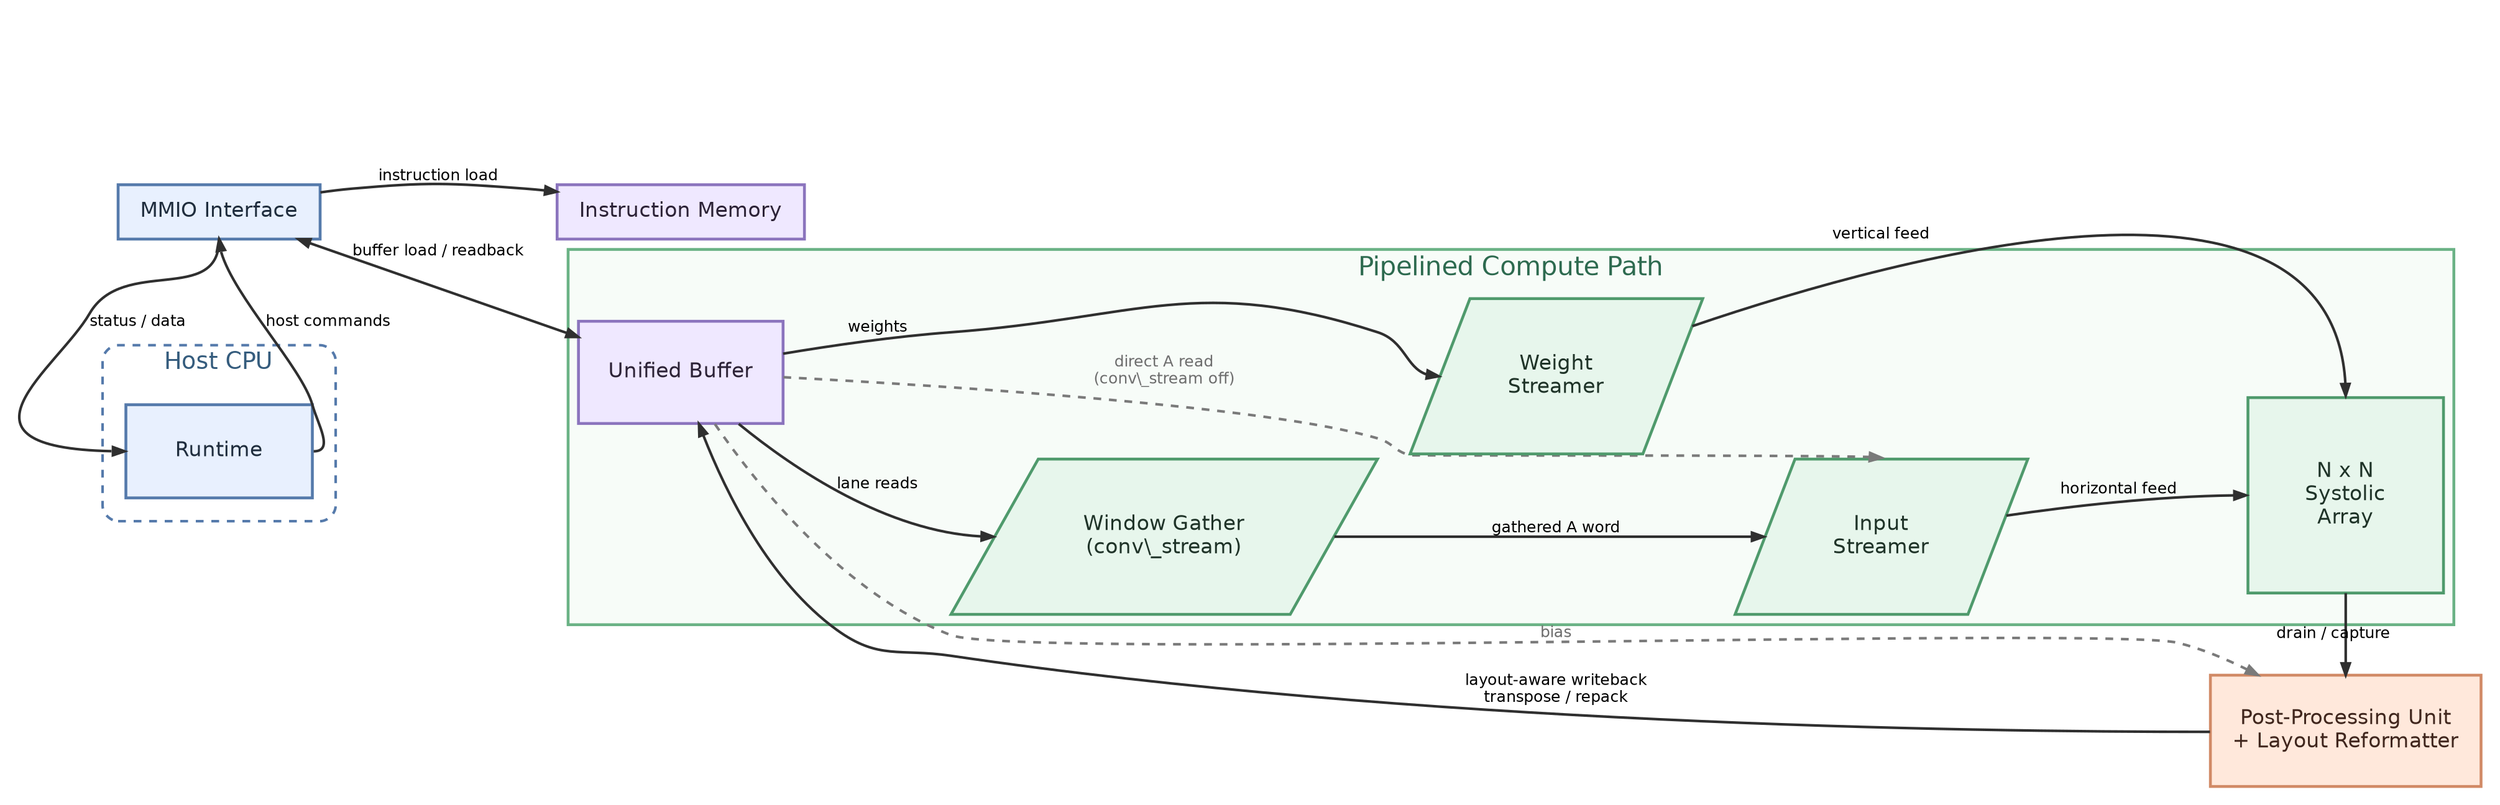
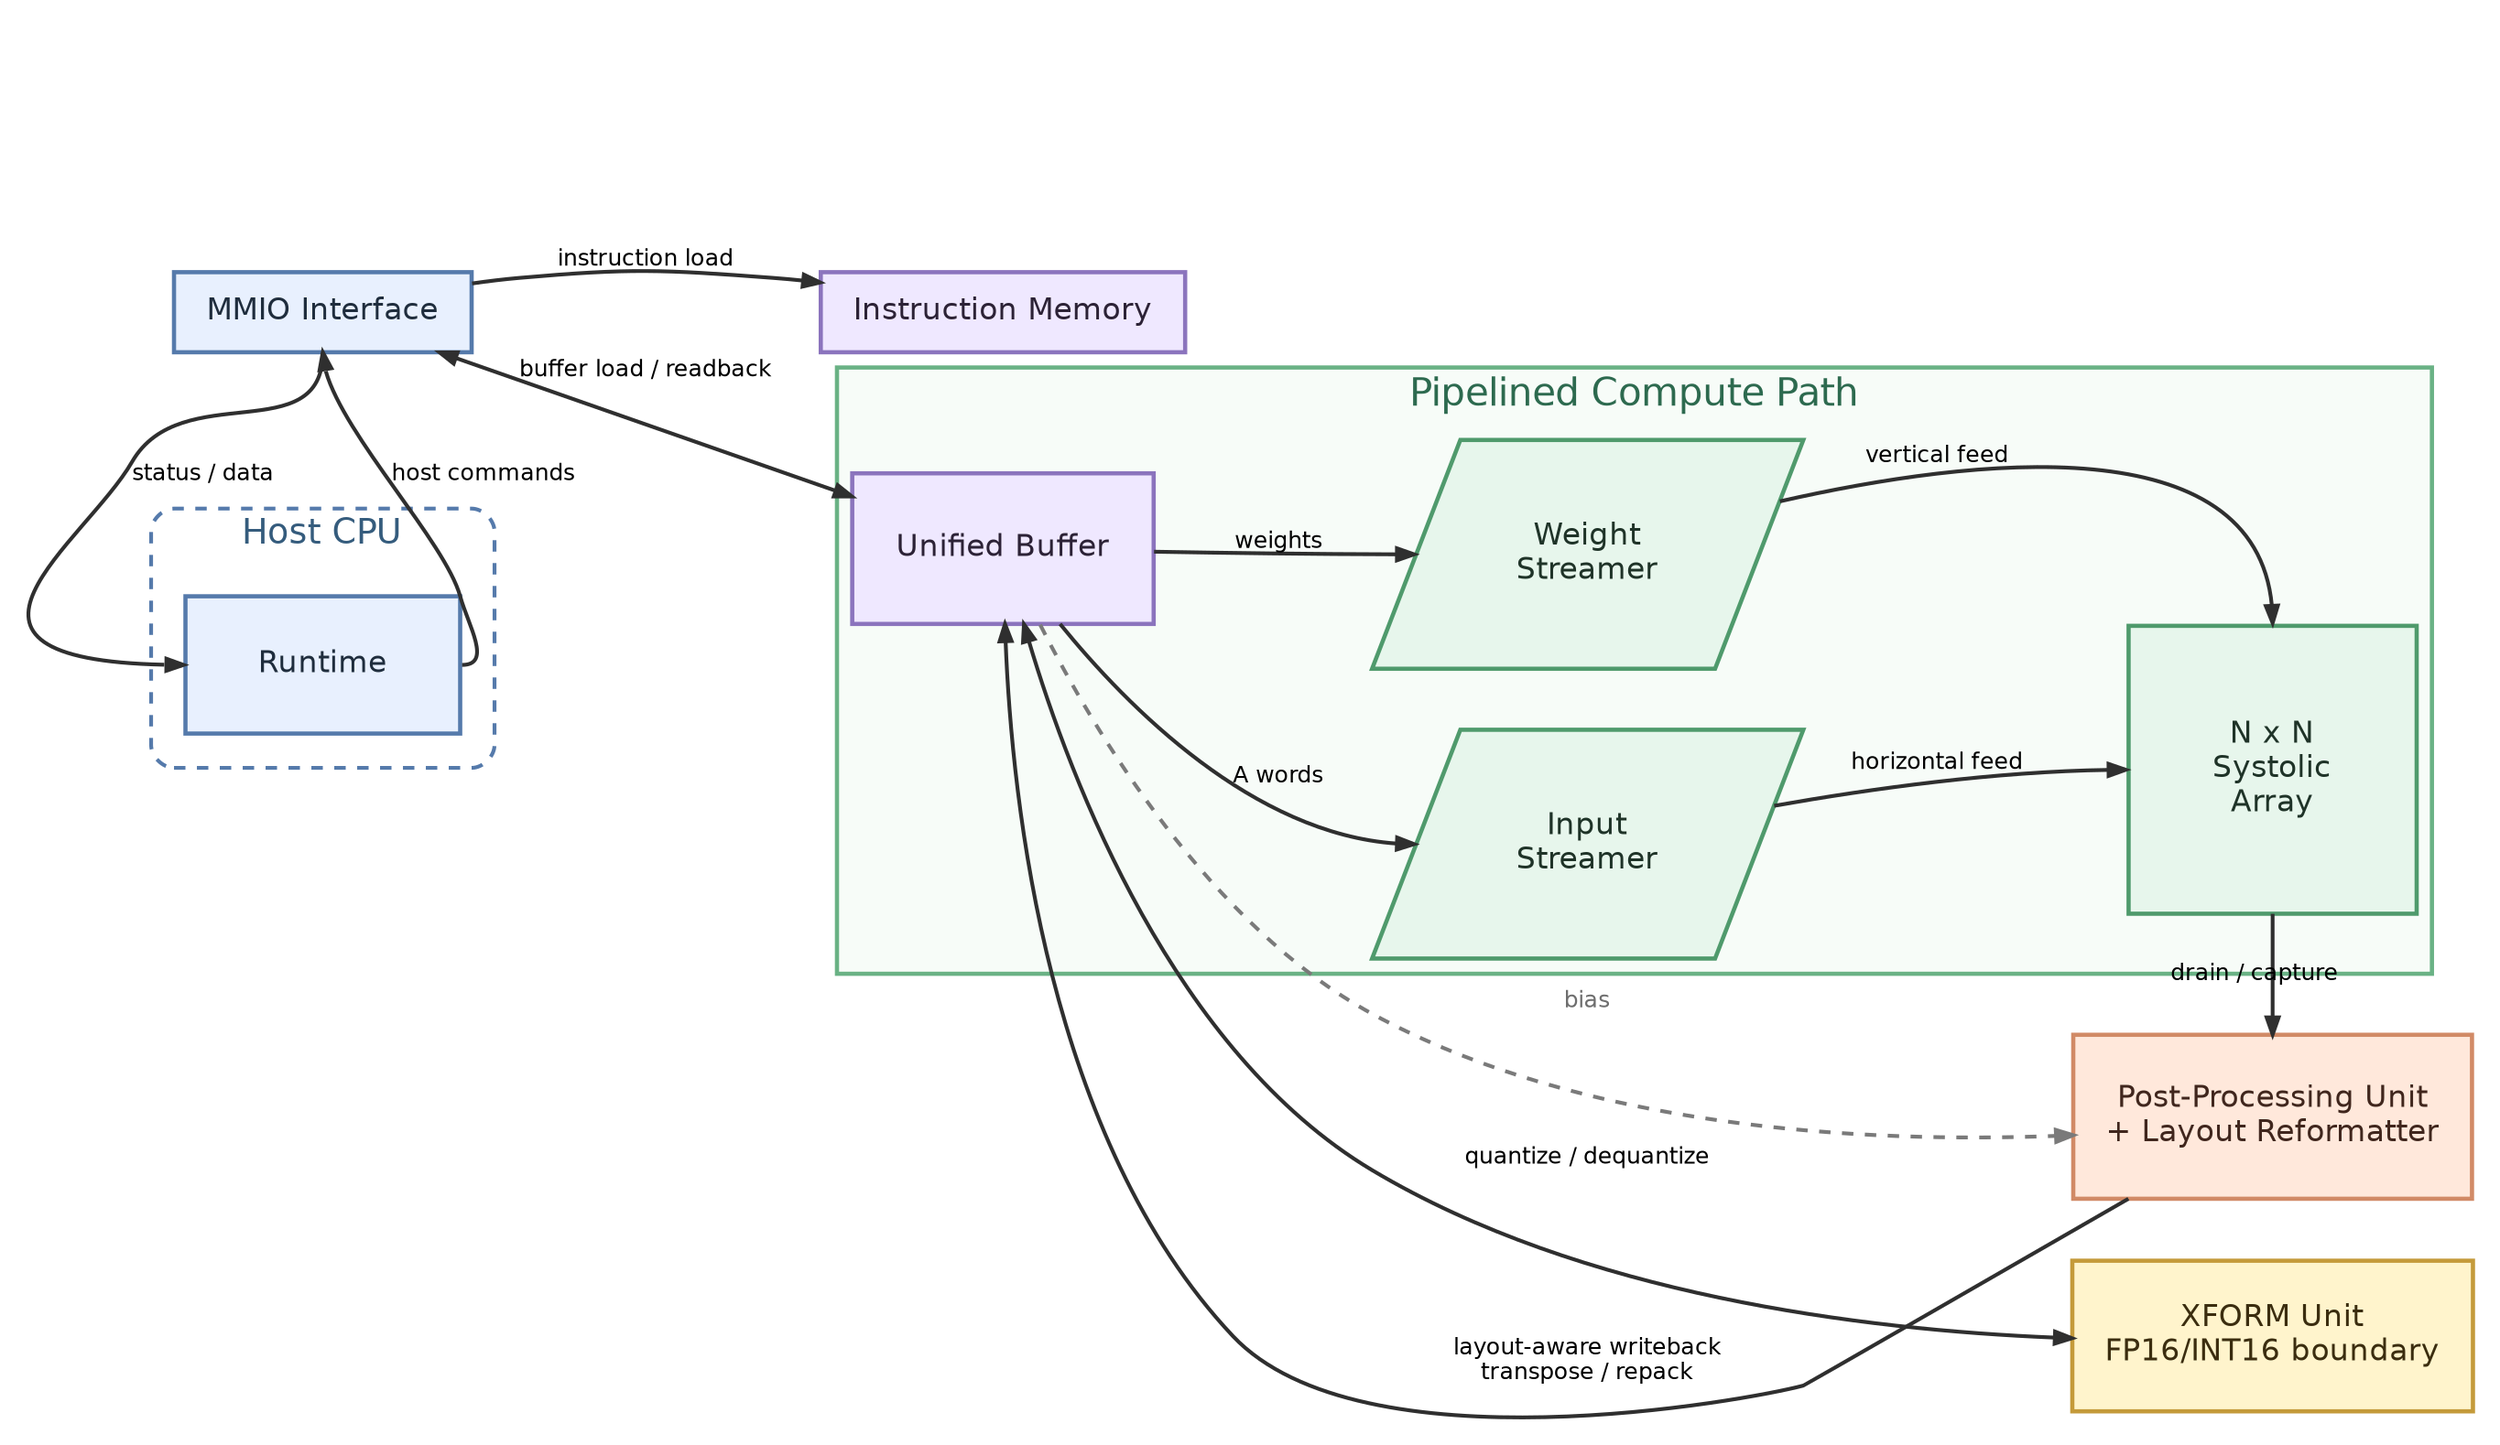
digraph TinyNPUArchitecture {
    graph [
        rankdir=LR,
        newrank=true,
        splines=true,
        pad=0.2,
        nodesep=0.45,
        ranksep=0.7,
        bgcolor="white",
        fontname="Helvetica",
        fontsize=20
    ];

    node [
        shape=box,
        style="filled",
        fontname="Helvetica",
        fontsize=16,
        penwidth=2.2,
        margin="0.24,0.16"
    ];

    edge [
        fontname="Helvetica",
        fontsize=12,
        color="#2f2f2f",
        penwidth=2.0,
        arrowsize=0.9,
        labeldistance=2.0
    ];

    subgraph cluster_hostcpu {
        label="Host CPU";
        color="#557aab";
        penwidth=2.0;
        style="rounded,dashed";
        fillcolor="white";
        fontcolor="#355c7d";
        fontsize=18;
        margin="18,30";

        Runtime [label="Runtime", fillcolor="#e8f0fe", color="#557aab", fontcolor="#1f2d3d", width=2.0, height=1.0];
    }
    MMIO [label="MMIO Interface", fillcolor="#e8f0fe", color="#557aab", fontcolor="#1f2d3d"];
    IM [label="Instruction Memory", fillcolor="#efe8ff", color="#8b74bd", fontcolor="#2c2236"];
    RuntimeMMIOSpacer [label="", shape=point, width=0.18, height=0.01, style=invis];

    subgraph cluster_pipeline {
        label="Pipelined Compute Path";
        color="#6ab285";
        penwidth=2.2;
        style="filled";
        fillcolor="#f7fcf8";
        fontcolor="#2d6a4f";
        fontsize=20;

        UB [label="Unified Buffer", fillcolor="#efe8ff", color="#8b74bd", fontcolor="#2c2236", width=2.2, height=1.1];
-         WinGather [label="Window Gather\n(conv\\_stream)", shape=parallelogram, skew=0.4, fillcolor="#e7f6ec", color="#4f9a6c", fontcolor="#1f3328", width=2.1, height=1.1];
        InStream [label="Input\nStreamer", shape=parallelogram, skew=0.4, fillcolor="#e7f6ec", color="#4f9a6c", fontcolor="#1f3328", width=2.0, height=1.1];
        WtStream [label="Weight\nStreamer", shape=parallelogram, skew=0.4, fillcolor="#e7f6ec", color="#4f9a6c", fontcolor="#1f3328", width=2.0, height=1.1];
        SA [label="N x N\nSystolic\nArray", shape=box, width=2.1, height=2.1, fixedsize=true, fillcolor="#e7f6ec", color="#4f9a6c", fontcolor="#1f3328"];

-         UB -> WinGather:w [label="lane reads"];
-         WinGather -> InStream:w [label="gathered A word"];
-         UB -> InStream:n [style=dashed, label="direct A read\n(conv\\_stream off)", fontcolor="#6e6e6e", color="#7a7a7a"];
+         UB -> InStream:w [label="A words"];
        UB -> WtStream:w [label="weights"];
        InStream -> SA:w [label="horizontal feed"];
        WtStream -> SA:n [label="vertical feed"];
    }

    PPU [label="Post-Processing Unit\n+ Layout Reformatter", fillcolor="#ffe8db", color="#d18a66", fontcolor="#40261d", width=2.6, height=1.2];
+     XFORM [label="XFORM Unit\nFP16/INT16 boundary", fillcolor="#fff4cc", color="#c49a3a", fontcolor="#3b2d0f", width=2.4, height=1.1];

    { rank=min; Runtime; }
    { rank=same; Runtime; RuntimeMMIOSpacer; MMIO; }
    { rank=same; IM; UB; }
-     { rank=same; SA; PPU; }
+     { rank=same; SA; PPU; XFORM; }

    Runtime:e -> MMIO:s [minlen=2, label="host commands"];
    MMIO:s -> Runtime:w [minlen=2, label="status / data"];
    MMIO -> IM [label="instruction load"];
    MMIO -> UB [dir=both, label="buffer load / readback"];
    SA -> PPU [label="drain / capture", minlen=1];
    UB -> PPU [constraint=false, style=dashed, label="bias", fontcolor="#6e6e6e", color="#7a7a7a"];
    PPU -> UB [constraint=false, label="layout-aware writeback\ntranspose / repack"];
+     UB -> XFORM [constraint=false, dir=both, label="quantize / dequantize"];

    Runtime -> RuntimeMMIOSpacer [style=invis, minlen=2];
    RuntimeMMIOSpacer -> MMIO [style=invis, minlen=2];
    MMIO -> IM [style=invis, weight=40];
    IM -> UB [style=invis, weight=20];
}
